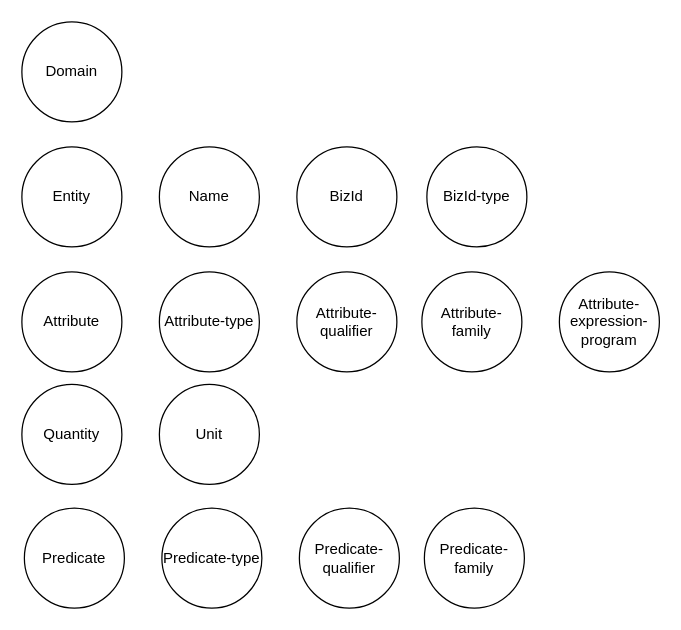
Earlier version of the draw.io diagram page "Page-1" (1 of 4) of KnowledgeSchemaService.drawio (supriyopaul/scripts). Source tidied: cells renumbered, new cells numbered last; positions are measured from the earlier drawing's top-left corner, leaving out a move shared by most shapes. Both pictures are drawn from the tidied source at 125%, with x=0, y=0 at pixel (21, 21).
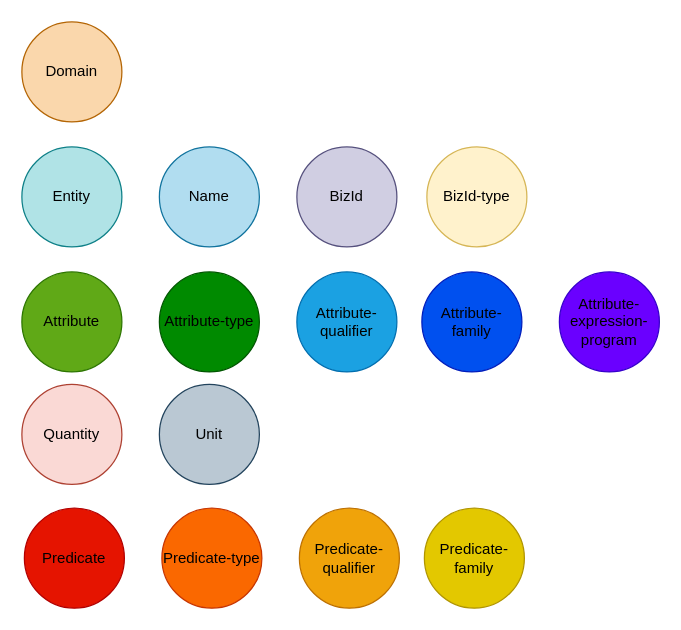
The same diagram, later.

The edit, as a diff of the source:
```diff
@@
 <mxGraphModel>
   <root>
     <mxCell id="0" />
     <mxCell id="1" parent="0" />
-    <mxCell id="2" value="Quantity" style="ellipse;whiteSpace=wrap;html=1;" parent="1" vertex="1">
+    <mxCell id="2" value="Quantity" style="ellipse;whiteSpace=wrap;html=1;fillColor=#fad9d5;strokeColor=#ae4132;fontColor=#000000;" parent="1" vertex="1">
       <mxGeometry y="290" width="80" height="80" as="geometry" />
     </mxCell>
-    <mxCell id="3" value="Attribute-type" style="ellipse;whiteSpace=wrap;html=1;" parent="1" vertex="1">
+    <mxCell id="3" value="Attribute-type" style="ellipse;whiteSpace=wrap;html=1;fillColor=#008a00;fontColor=#000000;strokeColor=#005700;" parent="1" vertex="1">
       <mxGeometry x="110" y="200" width="80" height="80" as="geometry" />
     </mxCell>
-    <mxCell id="4" value="Name" style="ellipse;whiteSpace=wrap;html=1;" parent="1" vertex="1">
+    <mxCell id="4" value="Name" style="ellipse;whiteSpace=wrap;html=1;fillColor=#b1ddf0;strokeColor=#10739e;fontColor=#000000;" parent="1" vertex="1">
       <mxGeometry x="110" y="100" width="80" height="80" as="geometry" />
     </mxCell>
-    <mxCell id="5" value="BizId" style="ellipse;whiteSpace=wrap;html=1;" parent="1" vertex="1">
+    <mxCell id="5" value="BizId" style="ellipse;whiteSpace=wrap;html=1;fillColor=#d0cee2;strokeColor=#56517e;fontColor=#000000;" parent="1" vertex="1">
       <mxGeometry x="220" y="100" width="80" height="80" as="geometry" />
     </mxCell>
-    <mxCell id="6" value="Attribute-qualifier" style="ellipse;whiteSpace=wrap;html=1;" parent="1" vertex="1">
+    <mxCell id="6" value="Attribute-qualifier" style="ellipse;whiteSpace=wrap;html=1;fillColor=#1ba1e2;fontColor=#000000;strokeColor=#006EAF;" parent="1" vertex="1">
       <mxGeometry x="220" y="200" width="80" height="80" as="geometry" />
     </mxCell>
-    <mxCell id="7" value="Attribute" style="ellipse;whiteSpace=wrap;html=1;" parent="1" vertex="1">
+    <mxCell id="7" value="Attribute" style="ellipse;whiteSpace=wrap;html=1;fillColor=#60a917;fontColor=#000000;strokeColor=#2D7600;" parent="1" vertex="1">
       <mxGeometry y="200" width="80" height="80" as="geometry" />
     </mxCell>
-    <mxCell id="8" value="Entity" style="ellipse;whiteSpace=wrap;html=1;" parent="1" vertex="1">
+    <mxCell id="8" value="Entity" style="ellipse;whiteSpace=wrap;html=1;fillColor=#b0e3e6;strokeColor=#0e8088;fontColor=#000000;" parent="1" vertex="1">
       <mxGeometry y="100" width="80" height="80" as="geometry" />
     </mxCell>
-    <mxCell id="9" value="Domain" style="ellipse;whiteSpace=wrap;html=1;" parent="1" vertex="1">
+    <mxCell id="9" value="Domain" style="ellipse;whiteSpace=wrap;html=1;fillColor=#fad7ac;strokeColor=#b46504;fontColor=#000000;" parent="1" vertex="1">
       <mxGeometry width="80" height="80" as="geometry" />
     </mxCell>
-    <mxCell id="10" value="BizId-type" style="ellipse;whiteSpace=wrap;html=1;" parent="1" vertex="1">
+    <mxCell id="10" value="BizId-type" style="ellipse;whiteSpace=wrap;html=1;fillColor=#fff2cc;strokeColor=#d6b656;fontColor=#000000;" parent="1" vertex="1">
       <mxGeometry x="324" y="100" width="80" height="80" as="geometry" />
     </mxCell>
-    <mxCell id="11" value="Unit" style="ellipse;whiteSpace=wrap;html=1;" parent="1" vertex="1">
+    <mxCell id="11" value="Unit" style="ellipse;whiteSpace=wrap;html=1;fillColor=#bac8d3;strokeColor=#23445d;fontColor=#000000;" parent="1" vertex="1">
       <mxGeometry x="110" y="290" width="80" height="80" as="geometry" />
     </mxCell>
-    <mxCell id="12" value="Attribute-family" style="ellipse;whiteSpace=wrap;html=1;" parent="1" vertex="1">
+    <mxCell id="12" value="Attribute-family" style="ellipse;whiteSpace=wrap;html=1;fillColor=#0050ef;fontColor=#000000;strokeColor=#001DBC;" parent="1" vertex="1">
       <mxGeometry x="320" y="200" width="80" height="80" as="geometry" />
     </mxCell>
-    <mxCell id="13" value="Attribute-expression-program" style="ellipse;whiteSpace=wrap;html=1;" parent="1" vertex="1">
+    <mxCell id="13" value="Attribute-expression-program" style="ellipse;whiteSpace=wrap;html=1;fillColor=#6a00ff;fontColor=#000000;strokeColor=#3700CC;" parent="1" vertex="1">
       <mxGeometry x="430" y="200" width="80" height="80" as="geometry" />
     </mxCell>
-    <mxCell id="14" value="Predicate-type" style="ellipse;whiteSpace=wrap;html=1;" parent="1" vertex="1">
+    <mxCell id="14" value="Predicate-type" style="ellipse;whiteSpace=wrap;html=1;fillColor=#fa6800;fontColor=#000000;strokeColor=#C73500;" parent="1" vertex="1">
       <mxGeometry x="112" y="389" width="80" height="80" as="geometry" />
     </mxCell>
-    <mxCell id="15" value="Predicate-qualifier" style="ellipse;whiteSpace=wrap;html=1;" parent="1" vertex="1">
+    <mxCell id="15" value="Predicate-qualifier" style="ellipse;whiteSpace=wrap;html=1;fillColor=#f0a30a;fontColor=#000000;strokeColor=#BD7000;" parent="1" vertex="1">
       <mxGeometry x="222" y="389" width="80" height="80" as="geometry" />
     </mxCell>
-    <mxCell id="16" value="Predicate" style="ellipse;whiteSpace=wrap;html=1;" parent="1" vertex="1">
+    <mxCell id="16" value="Predicate" style="ellipse;whiteSpace=wrap;html=1;fillColor=#e51400;fontColor=#000000;strokeColor=#B20000;" parent="1" vertex="1">
       <mxGeometry x="2" y="389" width="80" height="80" as="geometry" />
     </mxCell>
-    <mxCell id="17" value="Predicate-family" style="ellipse;whiteSpace=wrap;html=1;" parent="1" vertex="1">
+    <mxCell id="17" value="Predicate-family" style="ellipse;whiteSpace=wrap;html=1;fillColor=#e3c800;fontColor=#000000;strokeColor=#B09500;" parent="1" vertex="1">
       <mxGeometry x="322" y="389" width="80" height="80" as="geometry" />
     </mxCell>
   </root>
 </mxGraphModel>
```
